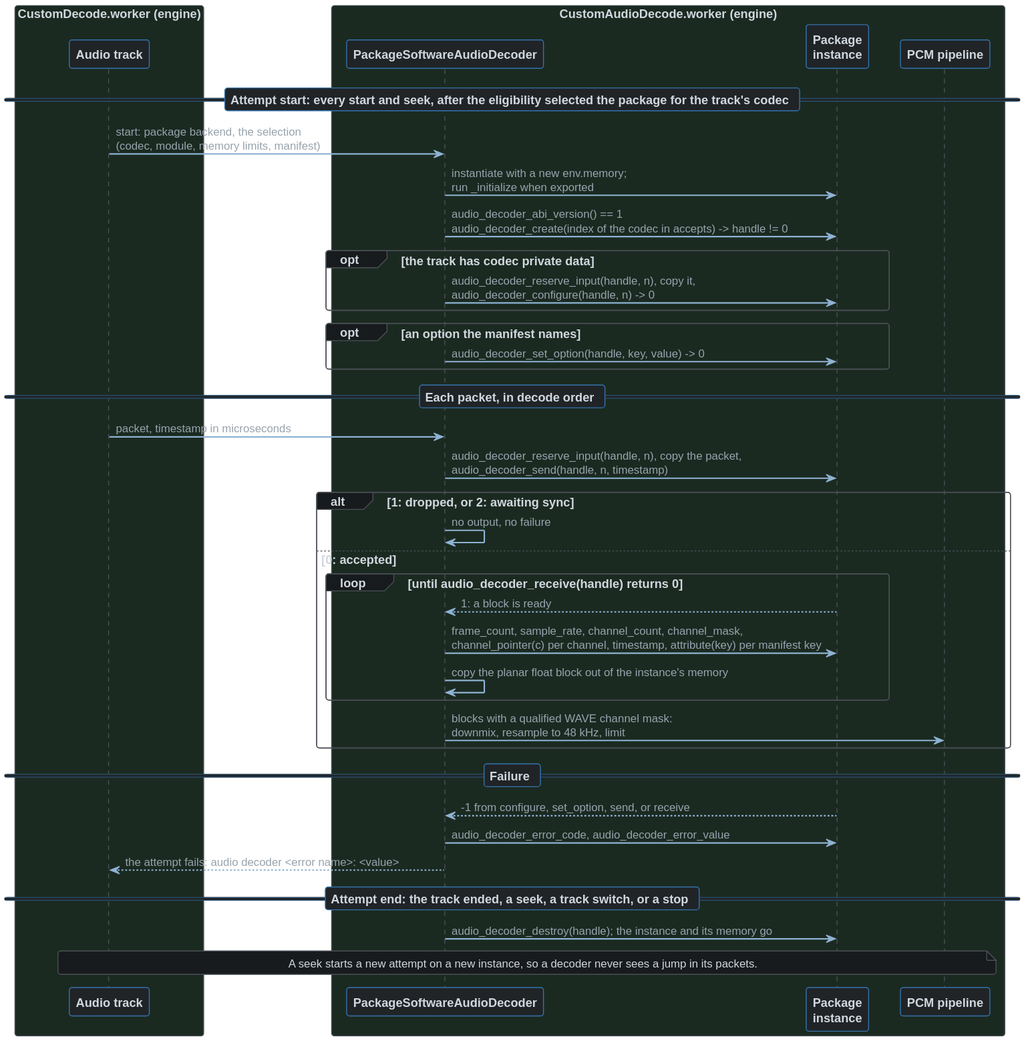
Earlier version of the PlantUML export docs/src/diagrams/audio-decoder-package.dark.svg (alchemyyy/WebGPU-Player). The source it was exported from:
```plantuml
@startuml
!include diagram-theme.puml
skinparam sequenceMessageAlign left

box "CustomDecode.worker (engine)" $BOX_WORKER
participant "Audio track" as track
end box
box "CustomAudioDecode.worker (engine)" $BOX_WORKER
participant "PackageSoftwareAudioDecoder" as decoder
participant "Package\ninstance" as instance
participant "PCM pipeline" as pipeline
end box

== Attempt start: every start and seek, after the eligibility selected the package for the track's codec ==
track -> decoder : start: package backend, the selection\n(codec, module, memory limits, manifest)
decoder -> instance : instantiate with a new env.memory;\nrun _initialize when exported
decoder -> instance : audio_decoder_abi_version() == 1\naudio_decoder_create(index of the codec in accepts) -> handle != 0
opt the track has codec private data
  decoder -> instance : audio_decoder_reserve_input(handle, n), copy it,\naudio_decoder_configure(handle, n) -> 0
end
opt an option the manifest names
  decoder -> instance : audio_decoder_set_option(handle, key, value) -> 0
end

== Each packet, in decode order ==
track -> decoder : packet, timestamp in microseconds
decoder -> instance : audio_decoder_reserve_input(handle, n), copy the packet,\naudio_decoder_send(handle, n, timestamp)
alt 1: dropped, or 2: awaiting sync
  decoder -> decoder : no output, no failure
else 0: accepted
  loop until audio_decoder_receive(handle) returns 0
    instance --> decoder : 1: a block is ready
    decoder -> instance : frame_count, sample_rate, channel_count, channel_mask,\nchannel_pointer(c) per channel, timestamp, attribute(key) per manifest key
    decoder -> decoder : copy the planar float block out of the instance's memory
  end
  decoder -> pipeline : blocks with a qualified WAVE channel mask:\ndownmix, resample to 48 kHz, limit
end

== Failure ==
instance --> decoder : -1 from configure, set_option, send, or receive
decoder -> instance : audio_decoder_error_code, audio_decoder_error_value
decoder --> track : the attempt fails: audio decoder <error name>: <value>

== Attempt end: the track ended, a seek, a track switch, or a stop ==
decoder -> instance : audio_decoder_destroy(handle); the instance and its memory go
note over track, pipeline
  A seek starts a new attempt on a new instance, so a decoder never sees a jump in its packets.
end note
@enduml
```
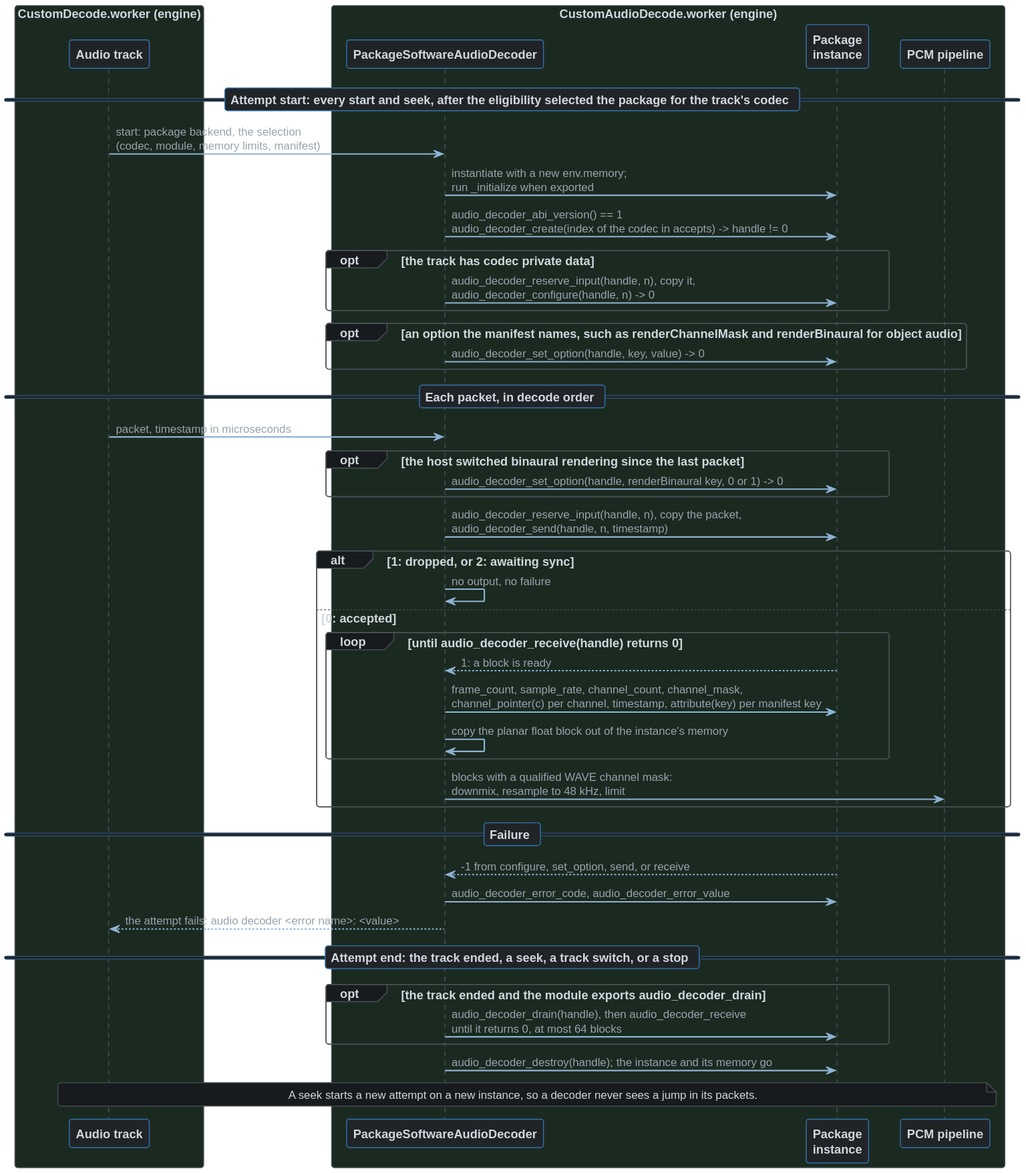
Later version of the same file.

The edit, as a diff of the source:
```diff
@@ -18,12 +18,15 @@
 opt the track has codec private data
   decoder -> instance : audio_decoder_reserve_input(handle, n), copy it,\naudio_decoder_configure(handle, n) -> 0
 end
-opt an option the manifest names
+opt an option the manifest names, such as renderChannelMask and renderBinaural for object audio
   decoder -> instance : audio_decoder_set_option(handle, key, value) -> 0
 end
 
 == Each packet, in decode order ==
 track -> decoder : packet, timestamp in microseconds
+opt the host switched binaural rendering since the last packet
+  decoder -> instance : audio_decoder_set_option(handle, renderBinaural key, 0 or 1) -> 0
+end
 decoder -> instance : audio_decoder_reserve_input(handle, n), copy the packet,\naudio_decoder_send(handle, n, timestamp)
 alt 1: dropped, or 2: awaiting sync
   decoder -> decoder : no output, no failure
@@ -42,6 +45,9 @@
 decoder --> track : the attempt fails: audio decoder <error name>: <value>
 
 == Attempt end: the track ended, a seek, a track switch, or a stop ==
+opt the track ended and the module exports audio_decoder_drain
+  decoder -> instance : audio_decoder_drain(handle), then audio_decoder_receive\nuntil it returns 0, at most 64 blocks
+end
 decoder -> instance : audio_decoder_destroy(handle); the instance and its memory go
 note over track, pipeline
   A seek starts a new attempt on a new instance, so a decoder never sees a jump in its packets.
```
